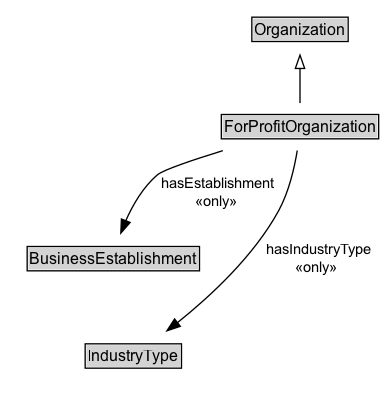
ISO-TC204/ontology-cdm-p2-v1 keeps this Graphviz diagram as docs/diagrams/ForProfitOrganization.dot.png. Above is the earlier version. Its source is kept beside it as docs/diagrams/ForProfitOrganization.dot.
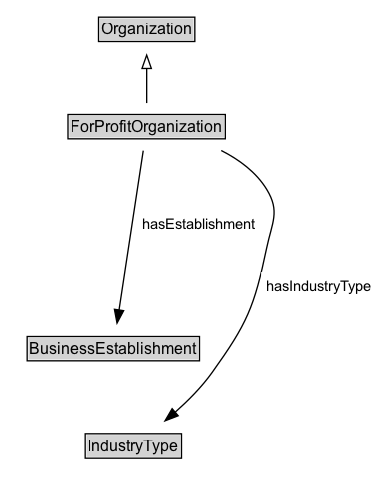
After the change.

Diff of the diagram source:
```diff
@@ -3,22 +3,25 @@
 	node [fontname=Arial fontsize=12 margin=0 shape=none]
 	edge [fontname=Arial fontsize=11]
 	{
+		rank=source
+		Organization [label=<<TABLE BORDER="1" CELLBORDER="0" CELLSPACING="0" CELLPADDING="1"><TR><TD BGCOLOR="lightgray" ALIGN="CENTER">Organization</TD></TR></TABLE>> URL="../Organization" margin=0]
+	}
+	ForProfitOrganization [label=<<TABLE BORDER="1" CELLBORDER="0" CELLSPACING="0" CELLPADDING="1"><TR><TD BGCOLOR="lightgray" ALIGN="CENTER">ForProfitOrganization</TD></TR></TABLE>> URL="../ForProfitOrganization" margin=0]
+	{
 		rank=max
-		ForProfitOrganization [label=<<TABLE BORDER="1" CELLBORDER="0" CELLSPACING="0" CELLPADDING="1"><TR><TD BGCOLOR="lightgray" ALIGN="CENTER" PORT="e">ForProfitOrganization</TD></TR></TABLE>> URL="../ForProfitOrganization.md" margin=0]
 	}
 	subgraph cluster_associated {
 		label="" style=invis
 		Invis [label=<<TABLE BORDER="0" CELLBORDER="0" CELLSPACING="0" CELLPADDING="1"><TR><TD></TD></TR></TABLE>> margin=0 style=invis]
-		BusinessEstablishment [label=<<TABLE BORDER="1" CELLBORDER="0" CELLSPACING="0" CELLPADDING="1"><TR><TD BGCOLOR="lightgray" ALIGN="CENTER">BusinessEstablishment</TD></TR></TABLE>> URL="../BusinessEstablishment.md" margin=0]
-		IndustryType [label=<<TABLE BORDER="1" CELLBORDER="0" CELLSPACING="0" CELLPADDING="1"><TR><TD BGCOLOR="lightgray" ALIGN="CENTER">IndustryType</TD></TR></TABLE>> URL="../IndustryType.md" margin=0]
+		BusinessEstablishment [label=<<TABLE BORDER="1" CELLBORDER="0" CELLSPACING="0" CELLPADDING="1"><TR><TD BGCOLOR="lightgray" ALIGN="CENTER">BusinessEstablishment</TD></TR></TABLE>> URL="../BusinessEstablishment" margin=0]
+		IndustryType [label=<<TABLE BORDER="1" CELLBORDER="0" CELLSPACING="0" CELLPADDING="1"><TR><TD BGCOLOR="lightgray" ALIGN="CENTER">IndustryType</TD></TR></TABLE>> URL="../IndustryType" margin=0]
 	}
-	Organization [label=<<TABLE BORDER="1" CELLBORDER="0" CELLSPACING="0" CELLPADDING="1"><TR><TD BGCOLOR="lightgray" ALIGN="CENTER">Organization</TD></TR></TABLE>> URL="../Organization.md" margin=0]
 	ForProfitOrganization -> Organization [arrowhead=onormal style=solid]
 	ForProfitOrganization -> Invis [style=invis]
 	Invis -> BusinessEstablishment [style=invis]
 	BusinessEstablishment -> IndustryType [style=invis]
-	ForProfitOrganization -> BusinessEstablishment [label=" hasEstablishment
- «only»  " arrowhead=normal style=solid]
-	ForProfitOrganization -> IndustryType [label=" hasIndustryType
- «only»  " arrowhead=normal style=solid]
+	IndustryType [label=<<TABLE BORDER="1" CELLBORDER="0" CELLSPACING="0" CELLPADDING="1"><TR><TD BGCOLOR="lightgray" ALIGN="CENTER">IndustryType</TD></TR></TABLE>> URL="../IndustryType" margin=0]
+	ForProfitOrganization -> IndustryType [label=<<TABLE BORDER="0" CELLBORDER="0" CELLSPACING="0" CELLPADDING="4" BGCOLOR="white"><TR><TD ALIGN="CENTER">hasIndustryType</TD></TR></TABLE>> arrowhead=normal style=solid]
+	BusinessEstablishment [label=<<TABLE BORDER="1" CELLBORDER="0" CELLSPACING="0" CELLPADDING="1"><TR><TD BGCOLOR="lightgray" ALIGN="CENTER">BusinessEstablishment</TD></TR></TABLE>> URL="../BusinessEstablishment" margin=0]
+	ForProfitOrganization -> BusinessEstablishment [label=<<TABLE BORDER="0" CELLBORDER="0" CELLSPACING="0" CELLPADDING="4" BGCOLOR="white"><TR><TD ALIGN="CENTER">hasEstablishment</TD></TR></TABLE>> arrowhead=normal style=solid]
 }
```
